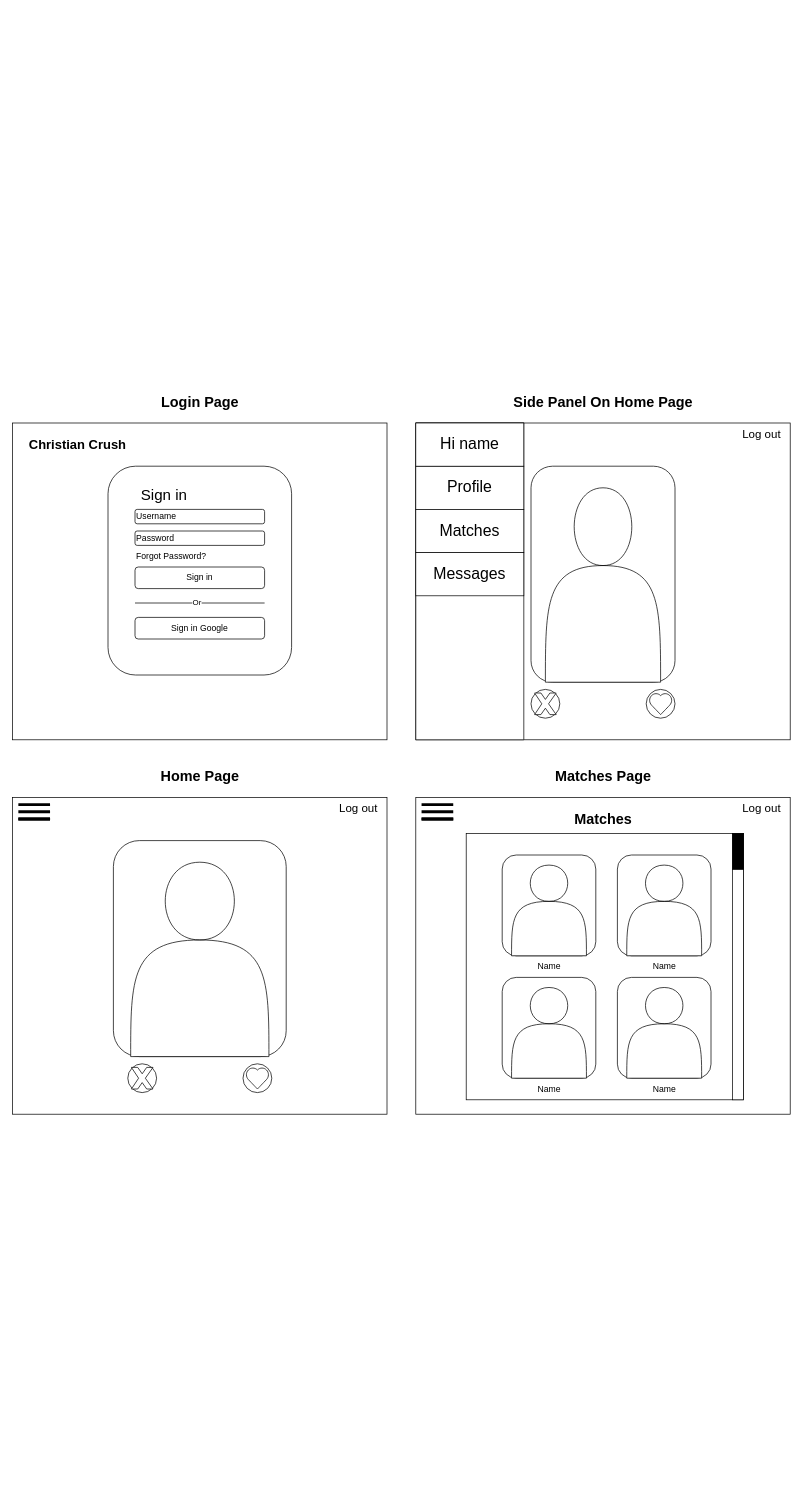
The draw.io diagram Milestone_1/wireframe.drawio in nfunderburgh/CST-451, before the edit. Source tidied: cells renumbered, new cells numbered last; positions are measured from the earlier drawing's top-left corner, leaving out a move shared by most shapes. Both pictures are drawn from the tidied source at 72%, with x=0, y=0 at pixel (12, 387).
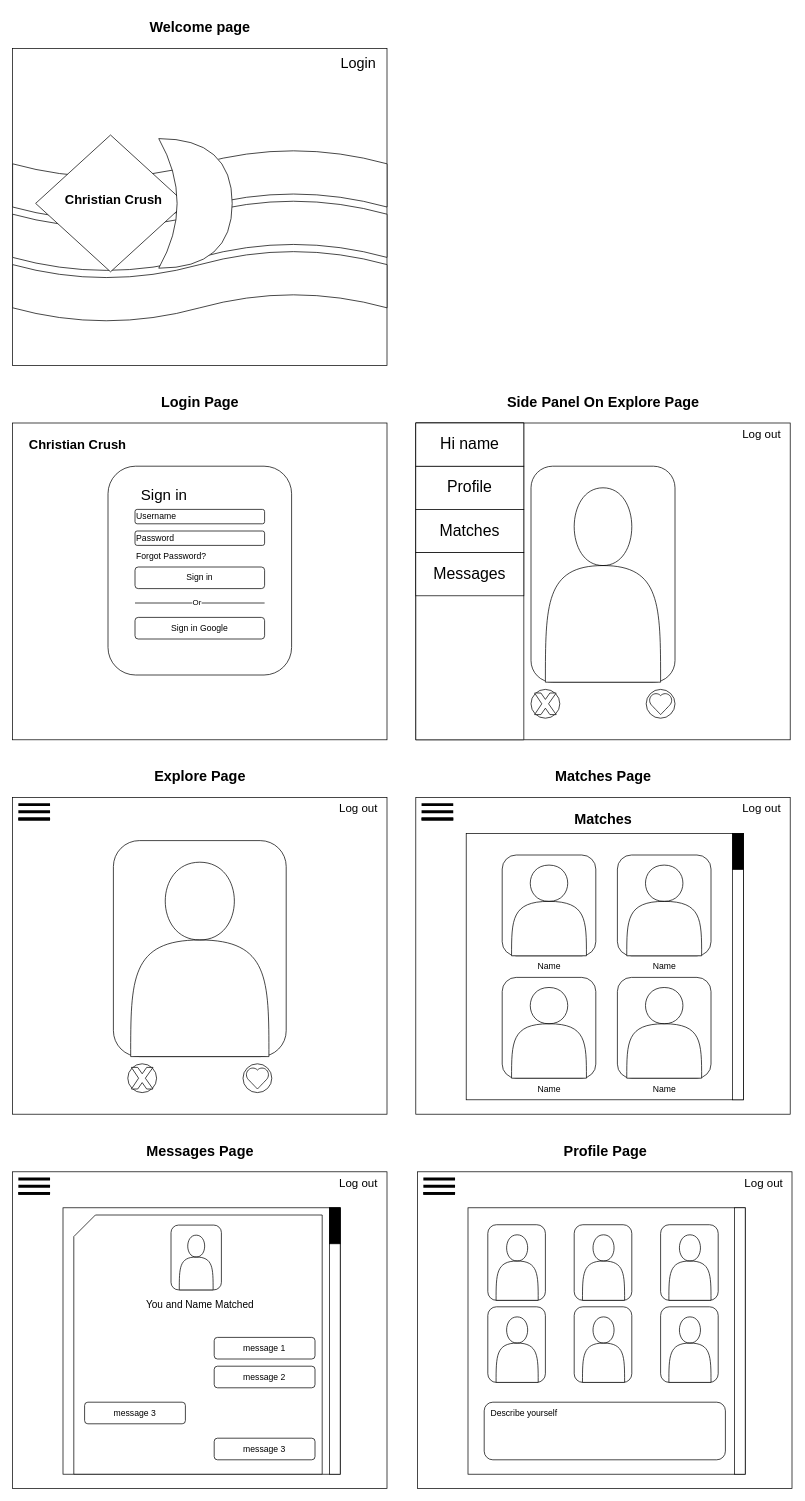
The same diagram, later.

Diff of the diagram source:
```diff
@@
-    <mxCell id="5" value="&lt;font style=&quot;font-size: 20px;&quot;&gt;&lt;b&gt;Side Panel On Home Page&lt;/b&gt;&lt;/font&gt;" style="text;html=1;align=center;verticalAlign=middle;strokeColor=none;fillColor=none;" parent="1" vertex="1">
-      <mxGeometry x="685" width="270" height="40" as="geometry" />
+    <mxCell id="5" value="&lt;font style=&quot;font-size: 20px;&quot;&gt;&lt;b&gt;Side Panel On Explore Page&lt;/b&gt;&lt;/font&gt;" style="text;html=1;align=center;verticalAlign=middle;strokeColor=none;fillColor=none;" parent="1" vertex="1">
+      <mxGeometry x="675" width="290" height="40" as="geometry" />
     </mxCell>
@@
-    <mxCell id="21" value="&lt;font style=&quot;font-size: 20px;&quot;&gt;&lt;b&gt;Home Page&lt;/b&gt;&lt;/font&gt;" style="text;html=1;align=center;verticalAlign=middle;strokeColor=none;fillColor=none;" parent="1" vertex="1">
-      <mxGeometry x="195" y="520" width="130" height="40" as="geometry" />
+    <mxCell id="21" value="&lt;font style=&quot;font-size: 20px;&quot;&gt;&lt;b&gt;Explore Page&lt;/b&gt;&lt;/font&gt;" style="text;html=1;align=center;verticalAlign=middle;strokeColor=none;fillColor=none;" parent="1" vertex="1">
+      <mxGeometry x="185" y="520" width="150" height="40" as="geometry" />
     </mxCell>
@@
+    <mxCell id="67" value="&lt;font style=&quot;font-size: 20px;&quot;&gt;&lt;b&gt;Messages Page&lt;/b&gt;&lt;/font&gt;" style="text;html=1;align=center;verticalAlign=middle;strokeColor=none;fillColor=none;" parent="1" vertex="1">
+      <mxGeometry x="175" y="1040" width="170" height="40" as="geometry" />
+    </mxCell>
+    <mxCell id="68" style="rounded=0;whiteSpace=wrap;html=1;" parent="1" vertex="1">
+      <mxGeometry y="1090" width="520" height="440" as="geometry" />
+    </mxCell>
+    <mxCell id="69" value="&lt;font style=&quot;font-size: 16px;&quot;&gt;Log out&lt;/font&gt;" style="text;html=1;align=center;verticalAlign=middle;strokeColor=none;fillColor=none;" parent="1" vertex="1">
+      <mxGeometry x="440" y="1090" width="80" height="30" as="geometry" />
+    </mxCell>
+    <mxCell id="70" style="shape=partialRectangle;whiteSpace=wrap;html=1;top=0;bottom=0;fillColor=none;direction=south;strokeWidth=4;" parent="1" vertex="1">
+      <mxGeometry x="10" y="1110" width="40" height="10" as="geometry" />
+    </mxCell>
+    <mxCell id="71" style="shape=partialRectangle;whiteSpace=wrap;html=1;top=0;bottom=0;fillColor=none;direction=south;strokeWidth=4;" parent="1" vertex="1">
+      <mxGeometry x="10" y="1100" width="40" height="20" as="geometry" />
+    </mxCell>
+    <mxCell id="72" style="rounded=0;whiteSpace=wrap;html=1;" parent="1" vertex="1">
+      <mxGeometry x="70" y="1140" width="385" height="370" as="geometry" />
+    </mxCell>
+    <mxCell id="73" style="rounded=0;whiteSpace=wrap;html=1;" parent="1" vertex="1">
+      <mxGeometry x="440" y="1140" width="15" height="370" as="geometry" />
+    </mxCell>
+    <mxCell id="74" style="rounded=0;whiteSpace=wrap;html=1;fillColor=#000000;" parent="1" vertex="1">
+      <mxGeometry x="440" y="1140" width="15" height="50" as="geometry" />
+    </mxCell>
+    <mxCell id="75" style="shape=card;whiteSpace=wrap;html=1;" parent="1" vertex="1">
+      <mxGeometry x="85" y="1150" width="345" height="360" as="geometry" />
+    </mxCell>
+    <mxCell id="76" style="rounded=1;whiteSpace=wrap;html=1;" parent="1" vertex="1">
+      <mxGeometry x="220" y="1164" width="70" height="90" as="geometry" />
+    </mxCell>
+    <mxCell id="77" style="shape=actor;whiteSpace=wrap;html=1;" parent="1" vertex="1">
+      <mxGeometry x="231.5" y="1178" width="47" height="76" as="geometry" />
+    </mxCell>
+    <mxCell id="78" value="message 1" style="rounded=1;whiteSpace=wrap;html=1;" parent="1" vertex="1">
+      <mxGeometry x="280" y="1320" width="140" height="30" as="geometry" />
+    </mxCell>
+    <mxCell id="79" value="&lt;font style=&quot;font-size: 14px;&quot;&gt;You and Name Matched&lt;/font&gt;" style="text;html=1;align=center;verticalAlign=middle;strokeColor=none;fillColor=none;" parent="1" vertex="1">
+      <mxGeometry x="175" y="1260" width="170" height="30" as="geometry" />
+    </mxCell>
+    <mxCell id="80" value="message 3" style="rounded=1;whiteSpace=wrap;html=1;" parent="1" vertex="1">
+      <mxGeometry x="100" y="1410" width="140" height="30" as="geometry" />
+    </mxCell>
+    <mxCell id="81" value="message 2" style="rounded=1;whiteSpace=wrap;html=1;" parent="1" vertex="1">
+      <mxGeometry x="280" y="1360" width="140" height="30" as="geometry" />
+    </mxCell>
+    <mxCell id="82" value="message 3" style="rounded=1;whiteSpace=wrap;html=1;" parent="1" vertex="1">
+      <mxGeometry x="280" y="1460" width="140" height="30" as="geometry" />
+    </mxCell>
+    <mxCell id="83" value="&lt;font style=&quot;font-size: 20px;&quot;&gt;&lt;b&gt;Profile Page&lt;/b&gt;&lt;/font&gt;" style="text;html=1;align=center;verticalAlign=middle;strokeColor=none;fillColor=none;" parent="1" vertex="1">
+      <mxGeometry x="752.5" y="1040" width="140" height="40" as="geometry" />
+    </mxCell>
+    <mxCell id="84" style="rounded=0;whiteSpace=wrap;html=1;" parent="1" vertex="1">
+      <mxGeometry x="562.5" y="1090" width="520" height="440" as="geometry" />
+    </mxCell>
+    <mxCell id="85" value="&lt;font style=&quot;font-size: 16px;&quot;&gt;Log out&lt;/font&gt;" style="text;html=1;align=center;verticalAlign=middle;strokeColor=none;fillColor=none;" parent="1" vertex="1">
+      <mxGeometry x="1002.5" y="1090" width="80" height="30" as="geometry" />
+    </mxCell>
+    <mxCell id="86" style="shape=partialRectangle;whiteSpace=wrap;html=1;top=0;bottom=0;fillColor=none;direction=south;strokeWidth=4;" parent="1" vertex="1">
+      <mxGeometry x="572.5" y="1110" width="40" height="10" as="geometry" />
+    </mxCell>
+    <mxCell id="87" style="shape=partialRectangle;whiteSpace=wrap;html=1;top=0;bottom=0;fillColor=none;direction=south;strokeWidth=4;" parent="1" vertex="1">
+      <mxGeometry x="572.5" y="1100" width="40" height="20" as="geometry" />
+    </mxCell>
+    <mxCell id="88" style="rounded=0;whiteSpace=wrap;html=1;" parent="1" vertex="1">
+      <mxGeometry x="632.5" y="1140" width="385" height="370" as="geometry" />
+    </mxCell>
+    <mxCell id="89" style="rounded=0;whiteSpace=wrap;html=1;" parent="1" vertex="1">
+      <mxGeometry x="1002.5" y="1140" width="15" height="370" as="geometry" />
+    </mxCell>
+    <mxCell id="90" style="rounded=1;whiteSpace=wrap;html=1;" parent="1" vertex="1">
+      <mxGeometry x="660" y="1163.5" width="80" height="105" as="geometry" />
+    </mxCell>
+    <mxCell id="91" style="shape=actor;whiteSpace=wrap;html=1;" parent="1" vertex="1">
+      <mxGeometry x="671.5" y="1177.5" width="58.5" height="91" as="geometry" />
+    </mxCell>
+    <mxCell id="92" style="rounded=1;whiteSpace=wrap;html=1;" parent="1" vertex="1">
+      <mxGeometry x="780" y="1163.5" width="80" height="105" as="geometry" />
+    </mxCell>
+    <mxCell id="93" style="shape=actor;whiteSpace=wrap;html=1;" parent="1" vertex="1">
+      <mxGeometry x="791.5" y="1177.5" width="58.5" height="91" as="geometry" />
+    </mxCell>
+    <mxCell id="94" style="rounded=1;whiteSpace=wrap;html=1;" parent="1" vertex="1">
+      <mxGeometry x="900" y="1163.5" width="80" height="105" as="geometry" />
+    </mxCell>
+    <mxCell id="95" style="shape=actor;whiteSpace=wrap;html=1;" parent="1" vertex="1">
+      <mxGeometry x="911.5" y="1177.5" width="58.5" height="91" as="geometry" />
+    </mxCell>
+    <mxCell id="96" style="rounded=1;whiteSpace=wrap;html=1;" parent="1" vertex="1">
+      <mxGeometry x="660" y="1277.5" width="80" height="105" as="geometry" />
+    </mxCell>
+    <mxCell id="97" style="shape=actor;whiteSpace=wrap;html=1;" parent="1" vertex="1">
+      <mxGeometry x="671.5" y="1291.5" width="58.5" height="91" as="geometry" />
+    </mxCell>
+    <mxCell id="98" style="rounded=1;whiteSpace=wrap;html=1;" parent="1" vertex="1">
+      <mxGeometry x="780" y="1277.5" width="80" height="105" as="geometry" />
+    </mxCell>
+    <mxCell id="99" style="shape=actor;whiteSpace=wrap;html=1;" parent="1" vertex="1">
+      <mxGeometry x="791.5" y="1291.5" width="58.5" height="91" as="geometry" />
+    </mxCell>
+    <mxCell id="100" style="rounded=1;whiteSpace=wrap;html=1;" parent="1" vertex="1">
+      <mxGeometry x="900" y="1277.5" width="80" height="105" as="geometry" />
+    </mxCell>
+    <mxCell id="101" style="shape=actor;whiteSpace=wrap;html=1;" parent="1" vertex="1">
+      <mxGeometry x="911.5" y="1291.5" width="58.5" height="91" as="geometry" />
+    </mxCell>
+    <mxCell id="102" style="rounded=1;whiteSpace=wrap;html=1;" parent="1" vertex="1">
+      <mxGeometry x="655" y="1410" width="335" height="80" as="geometry" />
+    </mxCell>
+    <mxCell id="103" value="Describe yourself" style="text;html=1;align=center;verticalAlign=middle;strokeColor=none;fillColor=none;" parent="1" vertex="1">
+      <mxGeometry x="650" y="1410" width="120" height="30" as="geometry" />
+    </mxCell>
+    <mxCell id="104" style="rounded=0;whiteSpace=wrap;html=1;" parent="1" vertex="1">
+      <mxGeometry y="-470" width="520" height="440" as="geometry" />
+    </mxCell>
+    <mxCell id="105" value="&lt;font style=&quot;font-size: 20px;&quot;&gt;&lt;b&gt;Welcome page&lt;/b&gt;&lt;/font&gt;" style="text;html=1;align=center;verticalAlign=middle;strokeColor=none;fillColor=none;" parent="1" vertex="1">
+      <mxGeometry x="180" y="-520" width="160" height="40" as="geometry" />
+    </mxCell>
+    <mxCell id="106" style="shape=tape;whiteSpace=wrap;html=1;" parent="1" vertex="1">
+      <mxGeometry y="-260" width="520" height="100" as="geometry" />
+    </mxCell>
+    <mxCell id="107" style="shape=tape;whiteSpace=wrap;html=1;" parent="1" vertex="1">
+      <mxGeometry y="-190" width="520" height="100" as="geometry" />
+    </mxCell>
+    <mxCell id="108" style="shape=tape;whiteSpace=wrap;html=1;" parent="1" vertex="1">
+      <mxGeometry y="-330" width="520" height="100" as="geometry" />
+    </mxCell>
+    <mxCell id="109" style="rhombus;whiteSpace=wrap;html=1;" parent="1" vertex="1">
+      <mxGeometry x="32" y="-350" width="208" height="190" as="geometry" />
+    </mxCell>
+    <mxCell id="110" style="shape=xor;whiteSpace=wrap;html=1;" parent="1" vertex="1">
+      <mxGeometry x="203" y="-345" width="102" height="180" as="geometry" />
+    </mxCell>
+    <mxCell id="111" value="&lt;font style=&quot;font-size: 18px;&quot;&gt;&lt;b&gt;Christian Crush&lt;/b&gt;&lt;/font&gt;" style="text;html=1;align=center;verticalAlign=middle;strokeColor=none;fillColor=none;" parent="1" vertex="1">
+      <mxGeometry x="60" y="-280" width="160" height="40" as="geometry" />
+    </mxCell>
+    <mxCell id="112" value="&lt;span style=&quot;font-size: 20px;&quot;&gt;Login&lt;/span&gt;" style="text;html=1;align=center;verticalAlign=middle;strokeColor=none;fillColor=none;" parent="1" vertex="1">
+      <mxGeometry x="445" y="-470" width="70" height="40" as="geometry" />
+    </mxCell>
```
